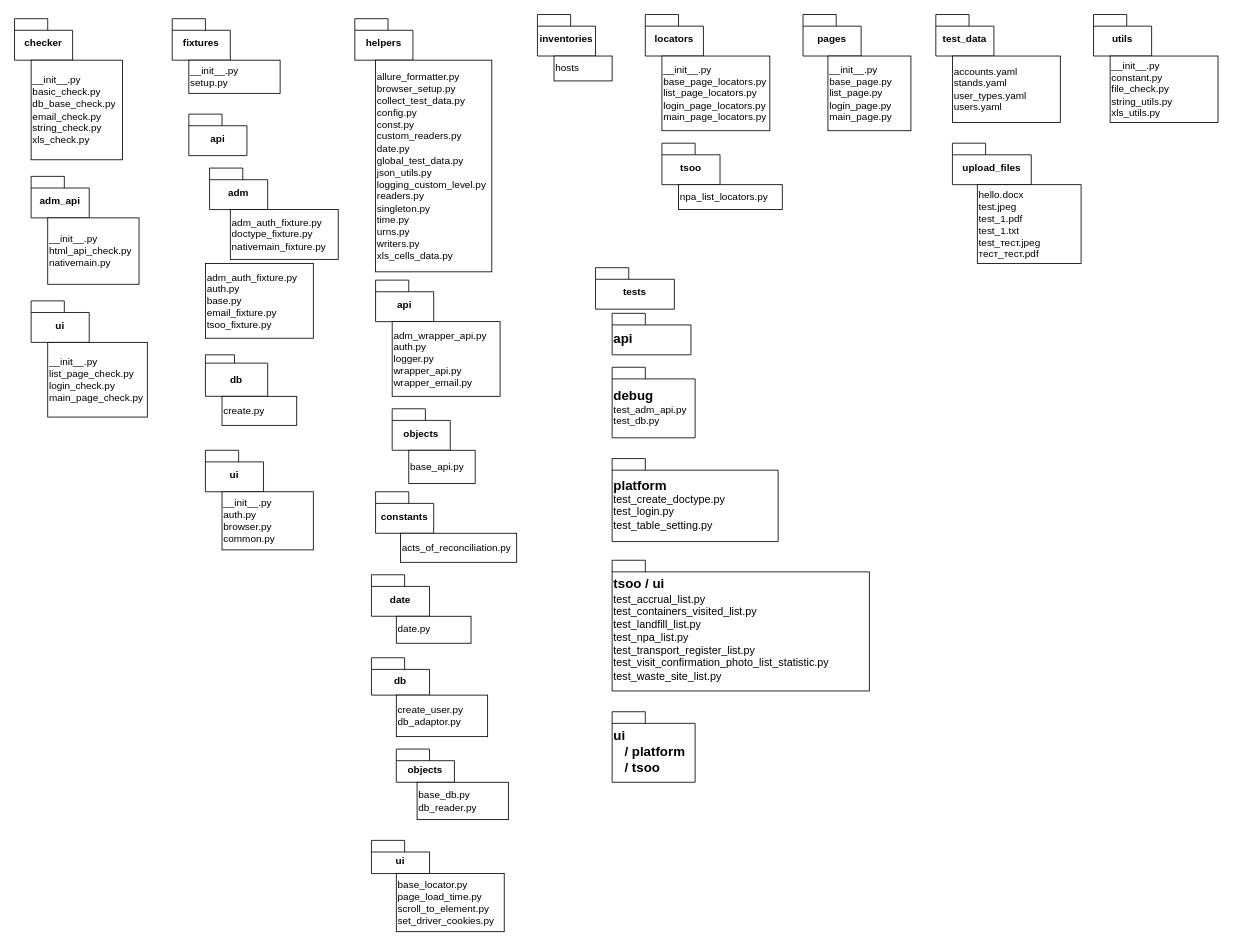
Earlier version of the draw.io diagram Автотест-папки.drawio (ekviro/dia-class). Source tidied: cells renumbered, new cells numbered last; positions are measured from the earlier drawing's top-left corner, leaving out a move shared by most shapes. Both pictures are drawn from the tidied source at 83%, with x=0, y=0 at pixel (14, 14).
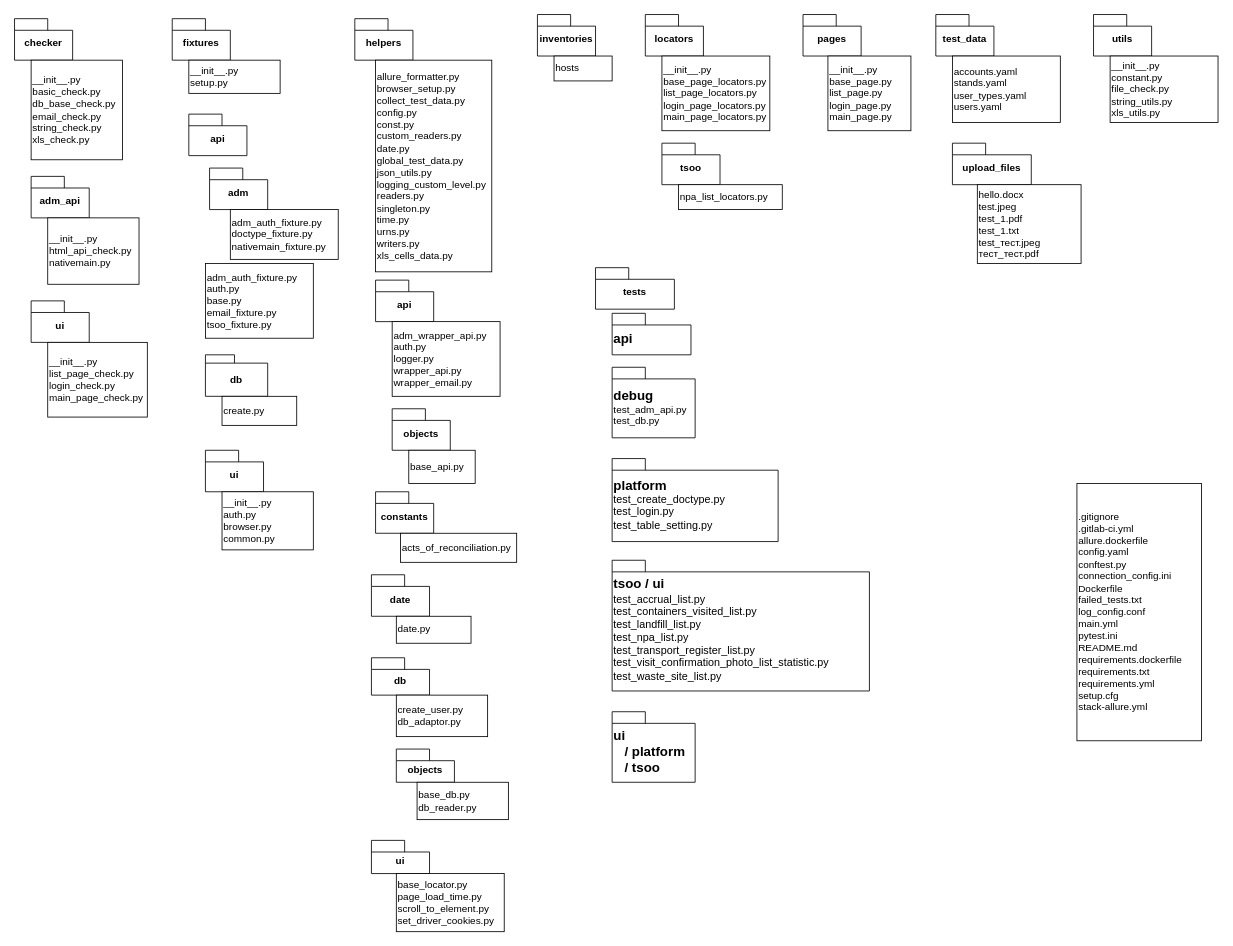
The same page after the edit.

What changed in the source:
```diff
@@
+    <mxCell id="54" value="&lt;div&gt;.gitignore&lt;/div&gt;&lt;div&gt;.gitlab-ci.yml&lt;/div&gt;&lt;div&gt;allure.dockerfile&lt;/div&gt;&lt;div&gt;config.yaml&lt;/div&gt;&lt;div&gt;conftest.py&lt;/div&gt;&lt;div&gt;connection_config.ini&lt;/div&gt;&lt;div&gt;Dockerfile&lt;/div&gt;&lt;div&gt;failed_tests.txt&lt;/div&gt;&lt;div&gt;log_config.conf&lt;/div&gt;&lt;div&gt;main.yml&lt;/div&gt;&lt;div&gt;pytest.ini&lt;/div&gt;&lt;div&gt;README.md&lt;/div&gt;&lt;div&gt;requirements.dockerfile&lt;/div&gt;&lt;div&gt;requirements.txt&lt;/div&gt;&lt;div&gt;requirements.yml&lt;/div&gt;&lt;div&gt;setup.cfg&lt;/div&gt;&lt;div&gt;stack-allure.yml&lt;/div&gt;" style="html=1;whiteSpace=wrap;align=left;" parent="1" vertex="1">
+      <mxGeometry x="1280" y="565" width="150" height="310" as="geometry" />
+    </mxCell>
```
